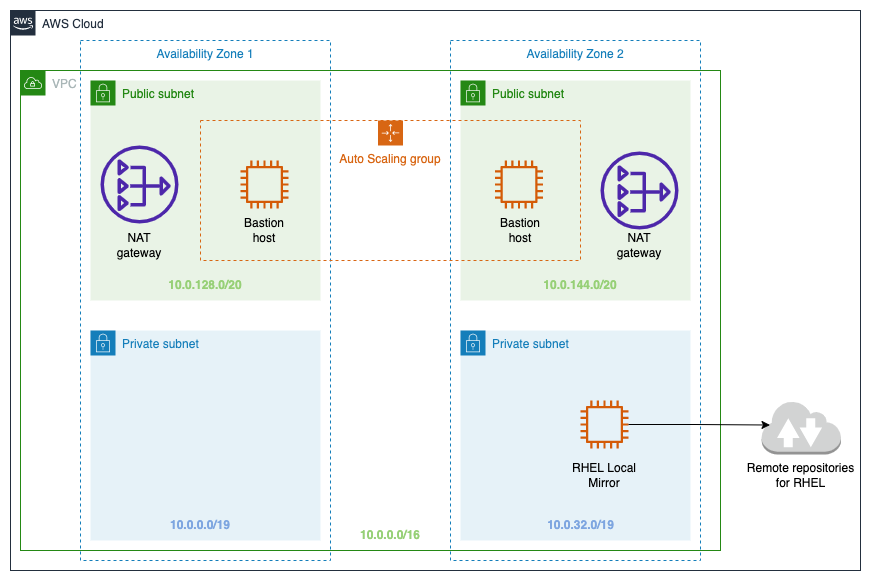
Before: diagrams/rhel-local-mirror.drawio.png, a diagram exported from draw.io (GlennChia/quickstart-rhel-local-mirror). Source tidied: cells renumbered, new cells last; positions are measured from the earlier drawing's top-left corner, leaving out a move shared by most shapes. Its diagram source:
```xml
<mxGraphModel>
  <root>
    <mxCell id="0" />
    <mxCell id="1" parent="0" />
    <mxCell id="2" value="AWS Cloud" style="gradientColor=none;html=1;whiteSpace=wrap;fontSize=12;fontStyle=0;shape=mxgraph.aws4.group;grIcon=mxgraph.aws4.group_aws_cloud_alt;strokeColor=#232F3E;fillColor=none;verticalAlign=top;align=left;spacingLeft=30;fontColor=#232F3E;dashed=0;" parent="1" vertex="1">
      <mxGeometry x="10" y="10" width="850" height="560" as="geometry" />
    </mxCell>
    <mxCell id="3" value="Availability Zone 1" style="fillColor=none;strokeColor=#147EBA;dashed=1;verticalAlign=top;fontStyle=0;fontColor=#147EBA;" parent="2" vertex="1">
      <mxGeometry x="70" y="30" width="250" height="520" as="geometry" />
    </mxCell>
    <mxCell id="4" value="VPC" style="gradientColor=none;html=1;whiteSpace=wrap;fontSize=12;fontStyle=0;shape=mxgraph.aws4.group;grIcon=mxgraph.aws4.group_vpc;strokeColor=#248814;fillColor=none;verticalAlign=top;align=left;spacingLeft=30;fontColor=#AAB7B8;dashed=0;" parent="2" vertex="1">
      <mxGeometry x="10" y="60" width="700" height="480" as="geometry" />
    </mxCell>
    <mxCell id="5" value="Public subnet" style="gradientColor=none;html=1;whiteSpace=wrap;fontSize=12;fontStyle=0;shape=mxgraph.aws4.group;grIcon=mxgraph.aws4.group_security_group;grStroke=0;strokeColor=#248814;fillColor=#E9F3E6;verticalAlign=top;align=left;spacingLeft=30;fontColor=#248814;dashed=0;" parent="4" vertex="1">
      <mxGeometry x="70" y="10" width="230" height="220" as="geometry" />
    </mxCell>
    <mxCell id="6" value="NAT gateway" style="text;html=1;strokeColor=none;fillColor=none;align=center;verticalAlign=middle;whiteSpace=wrap;rounded=0;" parent="5" vertex="1">
      <mxGeometry x="19" y="150" width="60" height="30" as="geometry" />
    </mxCell>
    <mxCell id="7" value="Availability Zone 2" style="fillColor=none;strokeColor=#147EBA;dashed=1;verticalAlign=top;fontStyle=0;fontColor=#147EBA;" parent="4" vertex="1">
      <mxGeometry x="430" y="-30" width="250" height="520" as="geometry" />
    </mxCell>
    <mxCell id="8" value="Public subnet" style="gradientColor=none;html=1;whiteSpace=wrap;fontSize=12;fontStyle=0;shape=mxgraph.aws4.group;grIcon=mxgraph.aws4.group_security_group;grStroke=0;strokeColor=#248814;fillColor=#E9F3E6;verticalAlign=top;align=left;spacingLeft=30;fontColor=#248814;dashed=0;" parent="4" vertex="1">
      <mxGeometry x="440" y="10" width="230" height="220" as="geometry" />
    </mxCell>
    <mxCell id="9" style="sketch=0;fontColor=#232F3E;gradientColor=none;fillColor=#4D27AA;strokeColor=none;dashed=0;verticalLabelPosition=bottom;verticalAlign=top;align=center;html=1;fontSize=12;fontStyle=0;shape=mxgraph.aws4.nat_gateway;" parent="8" vertex="1">
      <mxGeometry x="140" y="71" width="78" height="78" as="geometry" />
    </mxCell>
    <mxCell id="10" value="NAT gateway" style="text;html=1;strokeColor=none;fillColor=none;align=center;verticalAlign=middle;whiteSpace=wrap;rounded=0;" parent="8" vertex="1">
      <mxGeometry x="149" y="150" width="60" height="30" as="geometry" />
    </mxCell>
    <mxCell id="11" value="Auto Scaling group" style="gradientColor=none;html=1;whiteSpace=wrap;fontSize=12;fontStyle=0;shape=mxgraph.aws4.groupCenter;grIcon=mxgraph.aws4.group_auto_scaling_group;grStroke=1;strokeColor=#D86613;fillColor=none;verticalAlign=top;align=center;fontColor=#D86613;dashed=1;spacingTop=25;" parent="4" vertex="1">
      <mxGeometry x="180" y="50" width="380" height="140" as="geometry" />
    </mxCell>
    <mxCell id="12" value="Bastion host" style="text;html=1;strokeColor=none;fillColor=none;align=center;verticalAlign=middle;whiteSpace=wrap;rounded=0;" parent="11" vertex="1">
      <mxGeometry x="34" y="95" width="60" height="30" as="geometry" />
    </mxCell>
    <mxCell id="13" value="Bastion host" style="text;html=1;strokeColor=none;fillColor=none;align=center;verticalAlign=middle;whiteSpace=wrap;rounded=0;" parent="11" vertex="1">
      <mxGeometry x="290" y="95" width="60" height="30" as="geometry" />
    </mxCell>
    <mxCell id="14" style="sketch=0;fontColor=#232F3E;gradientColor=none;fillColor=#D45B07;strokeColor=none;dashed=0;verticalLabelPosition=bottom;verticalAlign=top;align=center;html=1;fontSize=12;fontStyle=0;shape=mxgraph.aws4.instance2;" parent="4" vertex="1">
      <mxGeometry x="474.5" y="90" width="48" height="48" as="geometry" />
    </mxCell>
    <mxCell id="15" value="Private subnet" style="gradientColor=none;html=1;whiteSpace=wrap;fontSize=12;fontStyle=0;shape=mxgraph.aws4.group;grIcon=mxgraph.aws4.group_security_group;grStroke=0;strokeColor=#147EBA;fillColor=#E6F2F8;verticalAlign=top;align=left;spacingLeft=30;fontColor=#147EBA;dashed=0;" parent="4" vertex="1">
      <mxGeometry x="70" y="260" width="230" height="210" as="geometry" />
    </mxCell>
    <mxCell id="16" value="Private subnet" style="gradientColor=none;html=1;whiteSpace=wrap;fontSize=12;fontStyle=0;shape=mxgraph.aws4.group;grIcon=mxgraph.aws4.group_security_group;grStroke=0;strokeColor=#147EBA;fillColor=#E6F2F8;verticalAlign=top;align=left;spacingLeft=30;fontColor=#147EBA;dashed=0;" parent="4" vertex="1">
      <mxGeometry x="440" y="260" width="230" height="210" as="geometry" />
    </mxCell>
    <mxCell id="17" style="sketch=0;outlineConnect=0;fontColor=#232F3E;gradientColor=none;fillColor=#D45B07;strokeColor=none;dashed=0;verticalLabelPosition=bottom;verticalAlign=top;align=center;html=1;fontSize=12;fontStyle=0;shape=mxgraph.aws4.instance2;" parent="16" vertex="1">
      <mxGeometry x="120" y="70" width="48" height="48" as="geometry" />
    </mxCell>
    <mxCell id="18" value="RHEL Local Mirror" style="text;html=1;strokeColor=none;fillColor=none;align=center;verticalAlign=middle;whiteSpace=wrap;rounded=0;" parent="16" vertex="1">
      <mxGeometry x="107" y="130" width="74" height="30" as="geometry" />
    </mxCell>
    <mxCell id="19" value="&lt;font color=&quot;#97d077&quot;&gt;&lt;b&gt;10.0.0.0/16&lt;/b&gt;&lt;/font&gt;" style="text;html=1;strokeColor=none;fillColor=none;align=center;verticalAlign=middle;whiteSpace=wrap;rounded=0;" parent="4" vertex="1">
      <mxGeometry x="340" y="450" width="60" height="30" as="geometry" />
    </mxCell>
    <mxCell id="20" value="&lt;font color=&quot;#97d077&quot;&gt;&lt;b&gt;10.0.144.0/20&lt;/b&gt;&lt;/font&gt;" style="text;html=1;strokeColor=none;fillColor=none;align=center;verticalAlign=middle;whiteSpace=wrap;rounded=0;" parent="4" vertex="1">
      <mxGeometry x="515" y="200" width="90" height="30" as="geometry" />
    </mxCell>
    <mxCell id="21" value="&lt;font color=&quot;#7ea6e0&quot;&gt;&lt;b&gt;10.0.32.0/19&lt;/b&gt;&lt;/font&gt;" style="text;html=1;strokeColor=none;fillColor=none;align=center;verticalAlign=middle;whiteSpace=wrap;rounded=0;" parent="4" vertex="1">
      <mxGeometry x="522.5" y="440" width="75" height="30" as="geometry" />
    </mxCell>
    <mxCell id="22" style="sketch=0;fontColor=#232F3E;gradientColor=none;fillColor=#D45B07;strokeColor=none;dashed=0;verticalLabelPosition=bottom;verticalAlign=top;align=center;html=1;fontSize=12;fontStyle=0;shape=mxgraph.aws4.instance2;" parent="2" vertex="1">
      <mxGeometry x="230" y="150" width="48" height="48" as="geometry" />
    </mxCell>
    <mxCell id="23" style="sketch=0;fontColor=#232F3E;gradientColor=none;fillColor=#4D27AA;strokeColor=none;dashed=0;verticalLabelPosition=bottom;verticalAlign=top;align=center;html=1;fontSize=12;fontStyle=0;shape=mxgraph.aws4.nat_gateway;" parent="2" vertex="1">
      <mxGeometry x="90" y="135" width="78" height="78" as="geometry" />
    </mxCell>
    <mxCell id="24" value="&lt;font color=&quot;#7ea6e0&quot;&gt;&lt;b&gt;10.0.0.0/19&lt;/b&gt;&lt;/font&gt;" style="text;html=1;strokeColor=none;fillColor=none;align=center;verticalAlign=middle;whiteSpace=wrap;rounded=0;" parent="2" vertex="1">
      <mxGeometry x="160" y="500" width="60" height="30" as="geometry" />
    </mxCell>
    <mxCell id="25" value="&lt;font color=&quot;#97d077&quot;&gt;&lt;b&gt;10.0.128.0/20&lt;/b&gt;&lt;/font&gt;" style="text;html=1;strokeColor=none;fillColor=none;align=center;verticalAlign=middle;whiteSpace=wrap;rounded=0;" parent="2" vertex="1">
      <mxGeometry x="145" y="260" width="100" height="30" as="geometry" />
    </mxCell>
    <mxCell id="26" style="outlineConnect=0;dashed=0;verticalLabelPosition=bottom;verticalAlign=top;align=center;html=1;shape=mxgraph.aws3.internet_2;fillColor=#D2D3D3;gradientColor=none;" parent="1" vertex="1">
      <mxGeometry x="761" y="400" width="79.5" height="54" as="geometry" />
    </mxCell>
    <mxCell id="27" style="edgeStyle=orthogonalEdgeStyle;rounded=0;jettySize=auto;html=1;entryX=0.107;entryY=0.454;entryDx=0;entryDy=0;entryPerimeter=0;" parent="1" edge="1" source="17" target="26">
      <mxGeometry relative="1" as="geometry" />
    </mxCell>
    <mxCell id="28" value="Remote repositories for RHEL" style="text;html=1;strokeColor=none;fillColor=none;align=center;verticalAlign=middle;whiteSpace=wrap;rounded=0;" parent="1" vertex="1">
      <mxGeometry x="741.2" y="460" width="119" height="30" as="geometry" />
    </mxCell>
    <mxCell id="29" style="rounded=0;whiteSpace=wrap;html=1;fontColor=#7EA6E0;fillColor=none;strokeColor=none;" parent="1" vertex="1">
      <mxGeometry width="870" height="580" as="geometry" />
    </mxCell>
  </root>
</mxGraphModel>
```
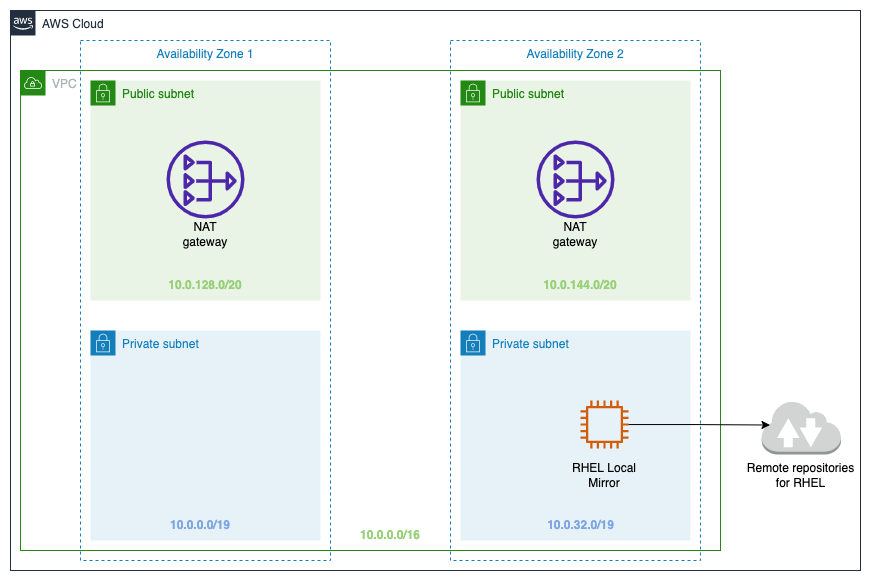
Above is the later version.

Commit message:
docs: remove bastion from diagram

session manager used to access ec2 via ssm agent

What changed in the source:
```diff
@@ -2,6 +2,9 @@
   <root>
     <mxCell id="0" />
     <mxCell id="1" parent="0" />
+    <mxCell id="29" style="rounded=0;whiteSpace=wrap;html=1;fontColor=#7EA6E0;fillColor=none;strokeColor=none;" parent="1" vertex="1">
+      <mxGeometry width="870" height="580" as="geometry" />
+    </mxCell>
     <mxCell id="2" value="AWS Cloud" style="gradientColor=none;html=1;whiteSpace=wrap;fontSize=12;fontStyle=0;shape=mxgraph.aws4.group;grIcon=mxgraph.aws4.group_aws_cloud_alt;strokeColor=#232F3E;fillColor=none;verticalAlign=top;align=left;spacingLeft=30;fontColor=#232F3E;dashed=0;" parent="1" vertex="1">
       <mxGeometry x="10" y="10" width="850" height="560" as="geometry" />
     </mxCell>
@@ -14,8 +17,11 @@
     <mxCell id="5" value="Public subnet" style="gradientColor=none;html=1;whiteSpace=wrap;fontSize=12;fontStyle=0;shape=mxgraph.aws4.group;grIcon=mxgraph.aws4.group_security_group;grStroke=0;strokeColor=#248814;fillColor=#E9F3E6;verticalAlign=top;align=left;spacingLeft=30;fontColor=#248814;dashed=0;" parent="4" vertex="1">
       <mxGeometry x="70" y="10" width="230" height="220" as="geometry" />
     </mxCell>
+    <mxCell id="23" style="sketch=0;fontColor=#232F3E;gradientColor=none;fillColor=#4D27AA;strokeColor=none;dashed=0;verticalLabelPosition=bottom;verticalAlign=top;align=center;html=1;fontSize=12;fontStyle=0;shape=mxgraph.aws4.nat_gateway;" parent="5" vertex="1">
+      <mxGeometry x="76" y="60" width="78" height="78" as="geometry" />
+    </mxCell>
     <mxCell id="6" value="NAT gateway" style="text;html=1;strokeColor=none;fillColor=none;align=center;verticalAlign=middle;whiteSpace=wrap;rounded=0;" parent="5" vertex="1">
-      <mxGeometry x="19" y="150" width="60" height="30" as="geometry" />
+      <mxGeometry x="85" y="139" width="60" height="30" as="geometry" />
     </mxCell>
     <mxCell id="7" value="Availability Zone 2" style="fillColor=none;strokeColor=#147EBA;dashed=1;verticalAlign=top;fontStyle=0;fontColor=#147EBA;" parent="4" vertex="1">
       <mxGeometry x="430" y="-30" width="250" height="520" as="geometry" />
@@ -24,23 +30,11 @@
       <mxGeometry x="440" y="10" width="230" height="220" as="geometry" />
     </mxCell>
     <mxCell id="9" style="sketch=0;fontColor=#232F3E;gradientColor=none;fillColor=#4D27AA;strokeColor=none;dashed=0;verticalLabelPosition=bottom;verticalAlign=top;align=center;html=1;fontSize=12;fontStyle=0;shape=mxgraph.aws4.nat_gateway;" parent="8" vertex="1">
-      <mxGeometry x="140" y="71" width="78" height="78" as="geometry" />
+      <mxGeometry x="76" y="60" width="78" height="78" as="geometry" />
     </mxCell>
     <mxCell id="10" value="NAT gateway" style="text;html=1;strokeColor=none;fillColor=none;align=center;verticalAlign=middle;whiteSpace=wrap;rounded=0;" parent="8" vertex="1">
-      <mxGeometry x="149" y="150" width="60" height="30" as="geometry" />
+      <mxGeometry x="85" y="139" width="60" height="30" as="geometry" />
     </mxCell>
-    <mxCell id="11" value="Auto Scaling group" style="gradientColor=none;html=1;whiteSpace=wrap;fontSize=12;fontStyle=0;shape=mxgraph.aws4.groupCenter;grIcon=mxgraph.aws4.group_auto_scaling_group;grStroke=1;strokeColor=#D86613;fillColor=none;verticalAlign=top;align=center;fontColor=#D86613;dashed=1;spacingTop=25;" parent="4" vertex="1">
-      <mxGeometry x="180" y="50" width="380" height="140" as="geometry" />
-    </mxCell>
-    <mxCell id="12" value="Bastion host" style="text;html=1;strokeColor=none;fillColor=none;align=center;verticalAlign=middle;whiteSpace=wrap;rounded=0;" parent="11" vertex="1">
-      <mxGeometry x="34" y="95" width="60" height="30" as="geometry" />
-    </mxCell>
-    <mxCell id="13" value="Bastion host" style="text;html=1;strokeColor=none;fillColor=none;align=center;verticalAlign=middle;whiteSpace=wrap;rounded=0;" parent="11" vertex="1">
-      <mxGeometry x="290" y="95" width="60" height="30" as="geometry" />
-    </mxCell>
-    <mxCell id="14" style="sketch=0;fontColor=#232F3E;gradientColor=none;fillColor=#D45B07;strokeColor=none;dashed=0;verticalLabelPosition=bottom;verticalAlign=top;align=center;html=1;fontSize=12;fontStyle=0;shape=mxgraph.aws4.instance2;" parent="4" vertex="1">
-      <mxGeometry x="474.5" y="90" width="48" height="48" as="geometry" />
-    </mxCell>
     <mxCell id="15" value="Private subnet" style="gradientColor=none;html=1;whiteSpace=wrap;fontSize=12;fontStyle=0;shape=mxgraph.aws4.group;grIcon=mxgraph.aws4.group_security_group;grStroke=0;strokeColor=#147EBA;fillColor=#E6F2F8;verticalAlign=top;align=left;spacingLeft=30;fontColor=#147EBA;dashed=0;" parent="4" vertex="1">
       <mxGeometry x="70" y="260" width="230" height="210" as="geometry" />
     </mxCell>
@@ -62,12 +56,6 @@
     <mxCell id="21" value="&lt;font color=&quot;#7ea6e0&quot;&gt;&lt;b&gt;10.0.32.0/19&lt;/b&gt;&lt;/font&gt;" style="text;html=1;strokeColor=none;fillColor=none;align=center;verticalAlign=middle;whiteSpace=wrap;rounded=0;" parent="4" vertex="1">
       <mxGeometry x="522.5" y="440" width="75" height="30" as="geometry" />
     </mxCell>
-    <mxCell id="22" style="sketch=0;fontColor=#232F3E;gradientColor=none;fillColor=#D45B07;strokeColor=none;dashed=0;verticalLabelPosition=bottom;verticalAlign=top;align=center;html=1;fontSize=12;fontStyle=0;shape=mxgraph.aws4.instance2;" parent="2" vertex="1">
-      <mxGeometry x="230" y="150" width="48" height="48" as="geometry" />
-    </mxCell>
-    <mxCell id="23" style="sketch=0;fontColor=#232F3E;gradientColor=none;fillColor=#4D27AA;strokeColor=none;dashed=0;verticalLabelPosition=bottom;verticalAlign=top;align=center;html=1;fontSize=12;fontStyle=0;shape=mxgraph.aws4.nat_gateway;" parent="2" vertex="1">
-      <mxGeometry x="90" y="135" width="78" height="78" as="geometry" />
-    </mxCell>
     <mxCell id="24" value="&lt;font color=&quot;#7ea6e0&quot;&gt;&lt;b&gt;10.0.0.0/19&lt;/b&gt;&lt;/font&gt;" style="text;html=1;strokeColor=none;fillColor=none;align=center;verticalAlign=middle;whiteSpace=wrap;rounded=0;" parent="2" vertex="1">
       <mxGeometry x="160" y="500" width="60" height="30" as="geometry" />
     </mxCell>
@@ -83,8 +71,5 @@
     <mxCell id="28" value="Remote repositories for RHEL" style="text;html=1;strokeColor=none;fillColor=none;align=center;verticalAlign=middle;whiteSpace=wrap;rounded=0;" parent="1" vertex="1">
       <mxGeometry x="741.2" y="460" width="119" height="30" as="geometry" />
     </mxCell>
-    <mxCell id="29" style="rounded=0;whiteSpace=wrap;html=1;fontColor=#7EA6E0;fillColor=none;strokeColor=none;" parent="1" vertex="1">
-      <mxGeometry width="870" height="580" as="geometry" />
-    </mxCell>
   </root>
 </mxGraphModel>
```
